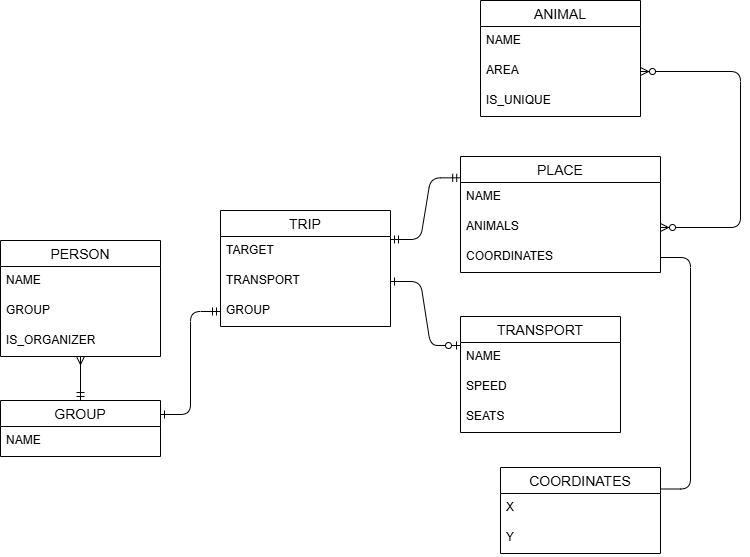
Earlier version of the draw.io export lab1/InfoModel.drawio.png (Xaabibas/Databases). Source tidied: cells renumbered, new cells last; positions are measured from the earlier drawing's top-left corner, leaving out a move shared by most shapes.
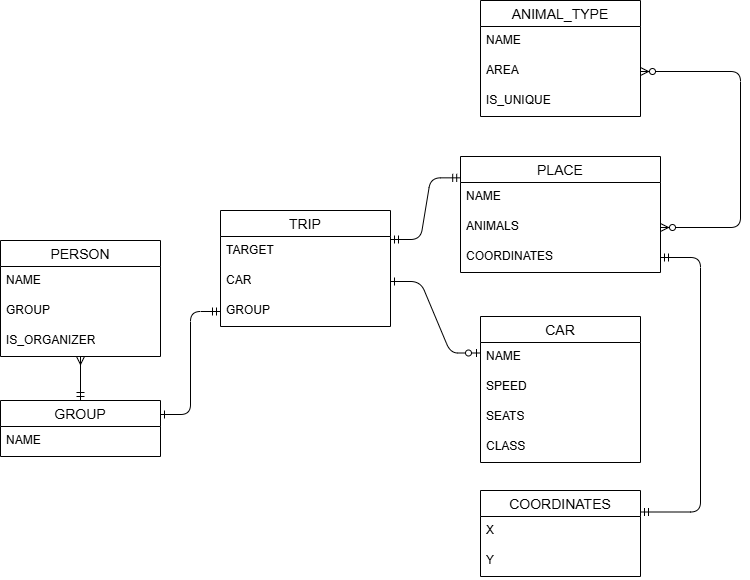
Later version of the same file.

What changed in the source:
```diff
@@ -20,7 +20,7 @@
     <mxCell id="7" value="TARGET" style="text;strokeColor=none;fillColor=none;spacingLeft=4;spacingRight=4;overflow=hidden;fontSize=12;whiteSpace=wrap;html=1;" parent="6" vertex="1">
       <mxGeometry y="26" width="170" height="30" as="geometry" />
     </mxCell>
-    <mxCell id="8" value="TRANSPORT" style="text;strokeColor=none;fillColor=none;spacingLeft=4;spacingRight=4;overflow=hidden;points=[[0,0.5],[1,0.5]];portConstraint=eastwest;fontSize=12;whiteSpace=wrap;html=1;" parent="6" vertex="1">
+    <mxCell id="8" value="CAR" style="text;strokeColor=none;fillColor=none;spacingLeft=4;spacingRight=4;overflow=hidden;points=[[0,0.5],[1,0.5]];portConstraint=eastwest;fontSize=12;whiteSpace=wrap;html=1;" parent="6" vertex="1">
       <mxGeometry y="56" width="170" height="30" as="geometry" />
     </mxCell>
     <mxCell id="9" value="GROUP" style="text;strokeColor=none;fillColor=none;spacingLeft=4;spacingRight=4;overflow=hidden;points=[[0,0.5],[1,0.5]];portConstraint=eastwest;fontSize=12;whiteSpace=wrap;html=1;" parent="6" vertex="1">
@@ -44,7 +44,7 @@
     <mxCell id="15" value="COORDINATES" style="text;strokeColor=none;fillColor=none;spacingLeft=4;spacingRight=4;overflow=hidden;points=[[0,0.5],[1,0.5]];portConstraint=eastwest;fontSize=12;whiteSpace=wrap;html=1;" parent="12" vertex="1">
       <mxGeometry y="86" width="200" height="30" as="geometry" />
     </mxCell>
-    <mxCell id="16" value="ANIMAL" style="swimlane;fontStyle=0;horizontal=1;startSize=26;align=center;fontSize=14;" parent="1" vertex="1">
+    <mxCell id="16" value="ANIMAL_TYPE" style="swimlane;fontStyle=0;horizontal=1;startSize=26;align=center;fontSize=14;" parent="1" vertex="1">
       <mxGeometry x="480" width="160" height="116" as="geometry" />
     </mxCell>
     <mxCell id="17" value="NAME" style="text;strokeColor=none;fillColor=none;spacingLeft=4;spacingRight=4;overflow=hidden;fontSize=12;whiteSpace=wrap;html=1;" parent="16" vertex="1">
@@ -56,8 +56,8 @@
     <mxCell id="19" value="IS_UNIQUE" style="text;strokeColor=none;fillColor=none;spacingLeft=4;spacingRight=4;overflow=hidden;fontSize=12;whiteSpace=wrap;html=1;" parent="16" vertex="1">
       <mxGeometry y="86" width="160" height="30" as="geometry" />
     </mxCell>
-    <mxCell id="20" value="TRANSPORT" style="swimlane;fontStyle=0;horizontal=1;startSize=26;align=center;fontSize=14;" parent="1" vertex="1">
-      <mxGeometry x="460" y="316" width="160" height="116" as="geometry" />
+    <mxCell id="20" value="CAR" style="swimlane;fontStyle=0;horizontal=1;startSize=26;align=center;fontSize=14;" parent="1" vertex="1">
+      <mxGeometry x="480" y="316" width="160" height="146" as="geometry" />
     </mxCell>
     <mxCell id="21" value="NAME" style="text;strokeColor=none;fillColor=none;spacingLeft=4;spacingRight=4;overflow=hidden;fontSize=12;whiteSpace=wrap;html=1;" parent="20" vertex="1">
       <mxGeometry y="26" width="160" height="30" as="geometry" />
@@ -68,6 +68,9 @@
     <mxCell id="23" value="SEATS" style="text;strokeColor=none;fillColor=none;spacingLeft=4;spacingRight=4;overflow=hidden;fontSize=12;whiteSpace=wrap;html=1;" parent="20" vertex="1">
       <mxGeometry y="86" width="160" height="30" as="geometry" />
     </mxCell>
+    <mxCell id="33" value="CLASS" style="text;strokeColor=none;fillColor=none;spacingLeft=4;spacingRight=4;overflow=hidden;fontSize=12;whiteSpace=wrap;html=1;" parent="20" vertex="1">
+      <mxGeometry y="116" width="160" height="30" as="geometry" />
+    </mxCell>
     <mxCell id="24" style="edgeStyle=elbowEdgeStyle;fontSize=12;html=1;endArrow=ERzeroToMany;endFill=1;startArrow=ERzeroToMany;rounded=1;entryX=1;entryY=0.5;entryDx=0;entryDy=0;exitX=1;exitY=0.5;exitDx=0;exitDy=0;curved=0;" parent="1" edge="1" source="14" target="18">
       <mxGeometry relative="1" as="geometry">
         <Array as="points">
@@ -88,7 +91,7 @@
       <mxGeometry relative="1" as="geometry" />
     </mxCell>
     <mxCell id="29" value="COORDINATES" style="swimlane;fontStyle=0;horizontal=1;startSize=26;align=center;fontSize=14;" parent="1" vertex="1">
-      <mxGeometry x="500" y="467" width="160" height="86" as="geometry" />
+      <mxGeometry x="480" y="490" width="160" height="86" as="geometry" />
     </mxCell>
     <mxCell id="30" value="X" style="text;strokeColor=none;fillColor=none;spacingLeft=4;spacingRight=4;overflow=hidden;fontSize=12;whiteSpace=wrap;html=1;" parent="29" vertex="1">
       <mxGeometry y="26" width="160" height="30" as="geometry" />
@@ -96,8 +99,12 @@
     <mxCell id="31" value="Y" style="text;strokeColor=none;fillColor=none;spacingLeft=4;spacingRight=4;overflow=hidden;fontSize=12;whiteSpace=wrap;html=1;" parent="29" vertex="1">
       <mxGeometry y="56" width="160" height="30" as="geometry" />
     </mxCell>
-    <mxCell id="32" style="endArrow=none;html=1;rounded=1;entryX=1;entryY=0.25;entryDx=0;entryDy=0;exitX=1;exitY=0.5;exitDx=0;exitDy=0;edgeStyle=entityRelationEdgeStyle;curved=0;" parent="1" edge="1" source="15" target="29">
-      <mxGeometry relative="1" as="geometry" />
+    <mxCell id="32" style="endArrow=ERmandOne;html=1;rounded=1;entryX=1;entryY=0.25;entryDx=0;entryDy=0;exitX=1;exitY=0.5;exitDx=0;exitDy=0;edgeStyle=elbowEdgeStyle;startArrow=ERmandOne;startFill=0;endFill=0;" parent="1" edge="1" source="15" target="29">
+      <mxGeometry relative="1" as="geometry">
+        <Array as="points">
+          <mxPoint x="700" y="380" />
+        </Array>
+      </mxGeometry>
     </mxCell>
   </root>
 </mxGraphModel>
```
